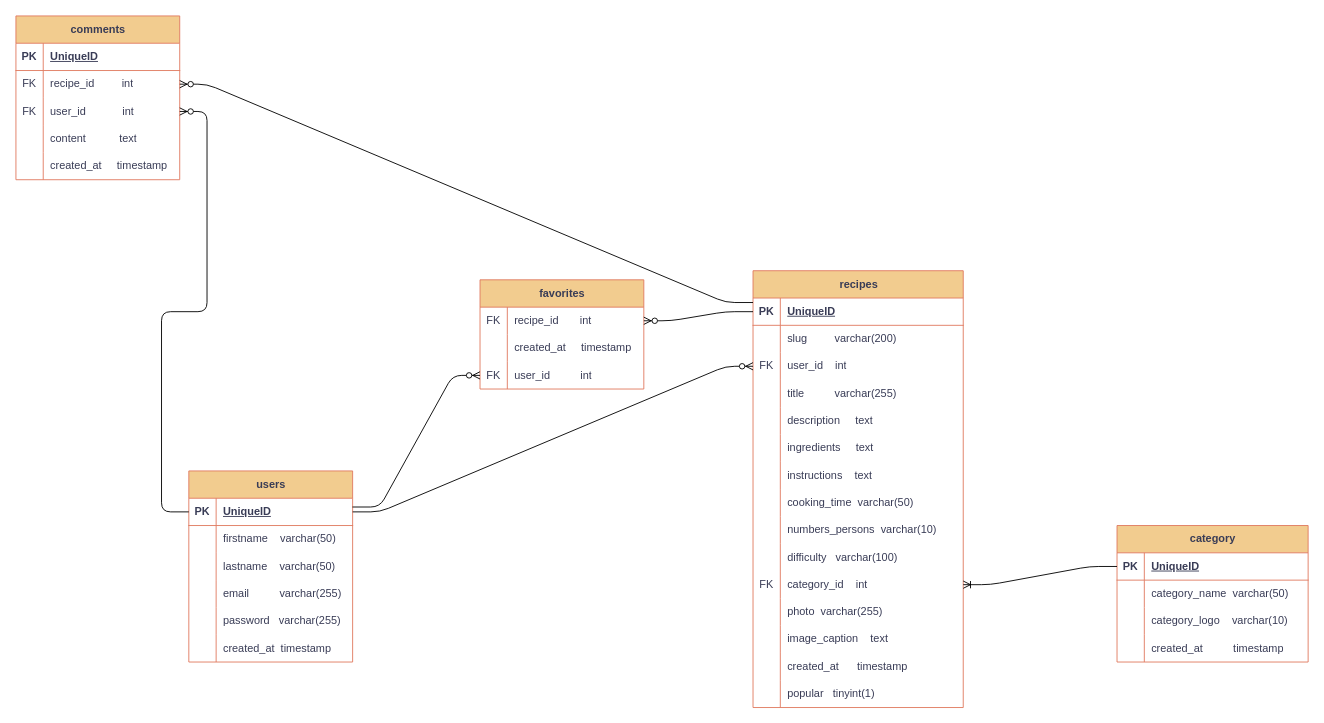
Earlier version of the draw.io diagram SchémaBdd_Robots-Délices.drawio (Valentinspa/Robots-Delices-MVC). Source tidied: cells renumbered, new cells numbered last; positions are measured from the earlier drawing's top-left corner, leaving out a move shared by most shapes. Both pictures are drawn from the tidied source at 91%, with x=0, y=0 at pixel (15, 15).
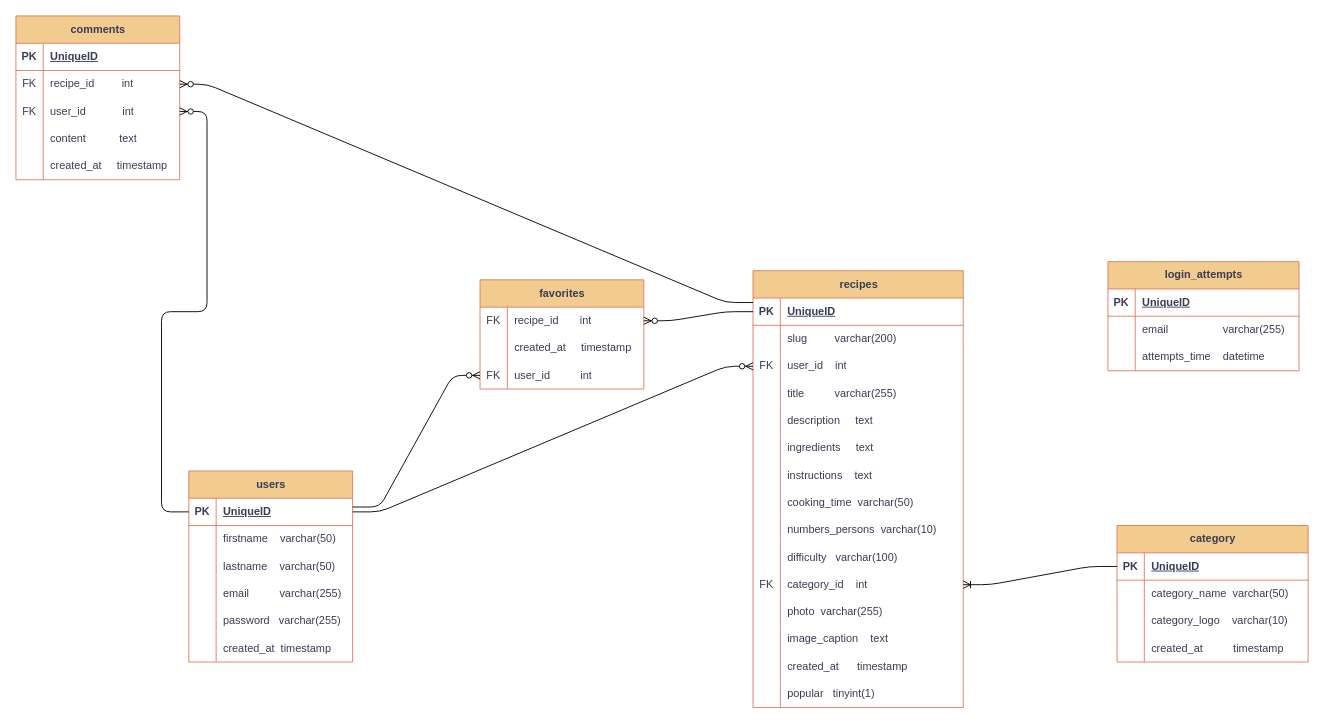
The same diagram, later.

What changed in the source:
```diff
@@
+    <mxCell id="112" value="login_attempts" style="shape=table;startSize=30;childLayout=tableLayout;rowLines=0;fontStyle=1;align=center;html=1;strokeColor=#E07A5F;fontColor=#393C56;fillColor=#F2CC8F;" parent="1" vertex="1">
+      <mxGeometry x="1200" y="270" width="210" height="120" as="geometry" />
+    </mxCell>
+    <mxCell id="113" style="shape=tableRow;horizontal=0;startSize=0;swimlaneHead=0;swimlaneBody=0;fillColor=none;top=0;left=0;right=0;bottom=1;strokeColor=#E07A5F;fontColor=#393C56;" parent="112" vertex="1">
+      <mxGeometry y="30" width="210" height="30" as="geometry" />
+    </mxCell>
+    <mxCell id="114" value="PK" style="shape=partialRectangle;fillColor=none;top=0;left=0;bottom=0;right=0;fontStyle=1;overflow=hidden;whiteSpace=wrap;html=1;strokeColor=#E07A5F;fontColor=#393C56;" parent="113" vertex="1">
+      <mxGeometry width="30" height="30" as="geometry" />
+    </mxCell>
+    <mxCell id="115" value="UniqueID" style="shape=partialRectangle;fillColor=none;top=0;left=0;bottom=0;right=0;align=left;spacingLeft=6;fontStyle=5;overflow=hidden;whiteSpace=wrap;html=1;strokeColor=#E07A5F;fontColor=#393C56;" parent="113" vertex="1">
+      <mxGeometry x="30" width="180" height="30" as="geometry" />
+    </mxCell>
+    <mxCell id="116" style="shape=tableRow;horizontal=0;startSize=0;swimlaneHead=0;swimlaneBody=0;fillColor=none;top=0;left=0;right=0;bottom=0;strokeColor=#E07A5F;fontColor=#393C56;" parent="112" vertex="1">
+      <mxGeometry y="60" width="210" height="30" as="geometry" />
+    </mxCell>
+    <mxCell id="117" style="shape=partialRectangle;fillColor=none;top=0;left=0;bottom=0;right=0;overflow=hidden;whiteSpace=wrap;html=1;strokeColor=#E07A5F;fontColor=#393C56;" parent="116" vertex="1">
+      <mxGeometry width="30" height="30" as="geometry" />
+    </mxCell>
+    <mxCell id="118" value="email&amp;nbsp; &amp;nbsp; &amp;nbsp; &amp;nbsp; &amp;nbsp; &amp;nbsp; &amp;nbsp; &amp;nbsp; &amp;nbsp; varchar(255)" style="shape=partialRectangle;fillColor=none;top=0;left=0;bottom=0;right=0;align=left;spacingLeft=6;overflow=hidden;whiteSpace=wrap;html=1;strokeColor=#E07A5F;fontColor=#393C56;" parent="116" vertex="1">
+      <mxGeometry x="30" width="180" height="30" as="geometry" />
+    </mxCell>
+    <mxCell id="119" style="shape=tableRow;horizontal=0;startSize=0;swimlaneHead=0;swimlaneBody=0;fillColor=none;top=0;left=0;right=0;bottom=0;strokeColor=#E07A5F;fontColor=#393C56;" parent="112" vertex="1">
+      <mxGeometry y="90" width="210" height="30" as="geometry" />
+    </mxCell>
+    <mxCell id="120" style="shape=partialRectangle;fillColor=none;top=0;left=0;bottom=0;right=0;overflow=hidden;whiteSpace=wrap;html=1;strokeColor=#E07A5F;fontColor=#393C56;" parent="119" vertex="1">
+      <mxGeometry width="30" height="30" as="geometry" />
+    </mxCell>
+    <mxCell id="121" value="attempts_time&amp;nbsp; &amp;nbsp; datetime" style="shape=partialRectangle;fillColor=none;top=0;left=0;bottom=0;right=0;align=left;spacingLeft=6;overflow=hidden;whiteSpace=wrap;html=1;strokeColor=#E07A5F;fontColor=#393C56;" parent="119" vertex="1">
+      <mxGeometry x="30" width="180" height="30" as="geometry" />
+    </mxCell>
```
